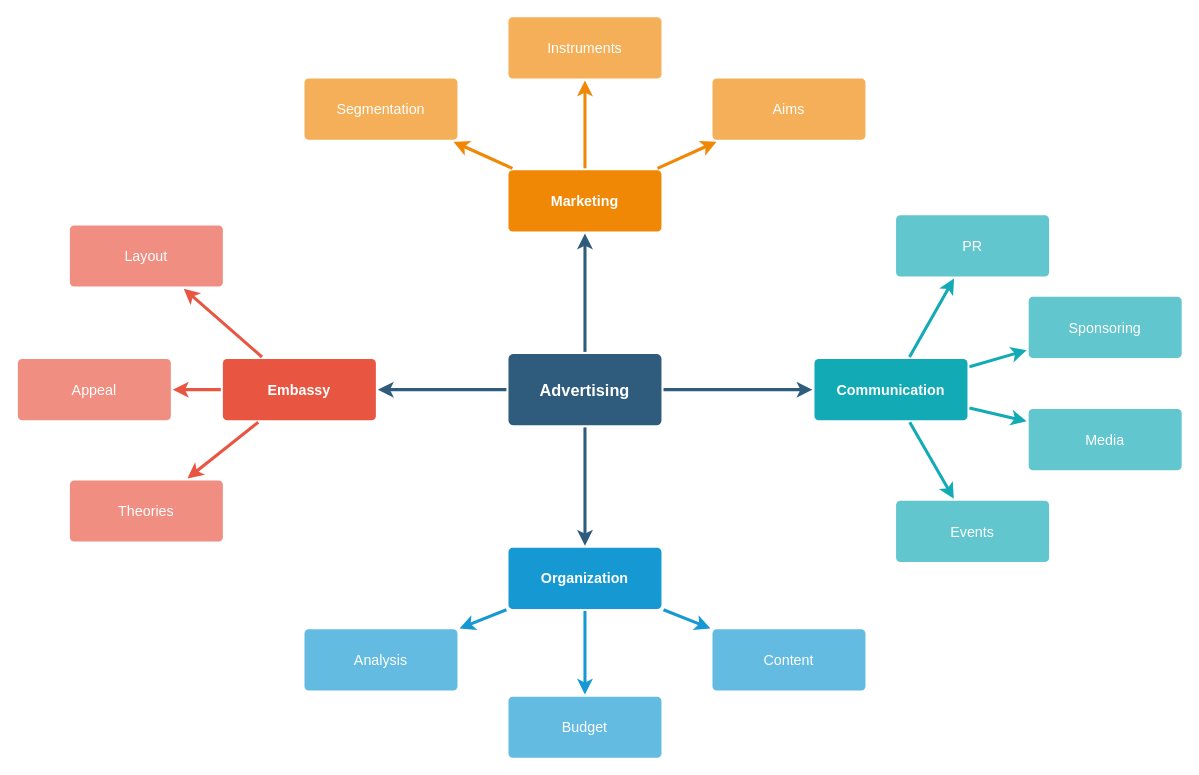
haihd/my-diagrams keeps this draw.io diagram as Skill set.drawio. Above is the earlier version. Source tidied: cells renumbered, new cells numbered last; positions are measured from the earlier drawing's top-left corner, leaving out a move shared by most shapes. Both pictures are drawn from the tidied source at 102%, with x=0, y=0 at pixel (17, 16).
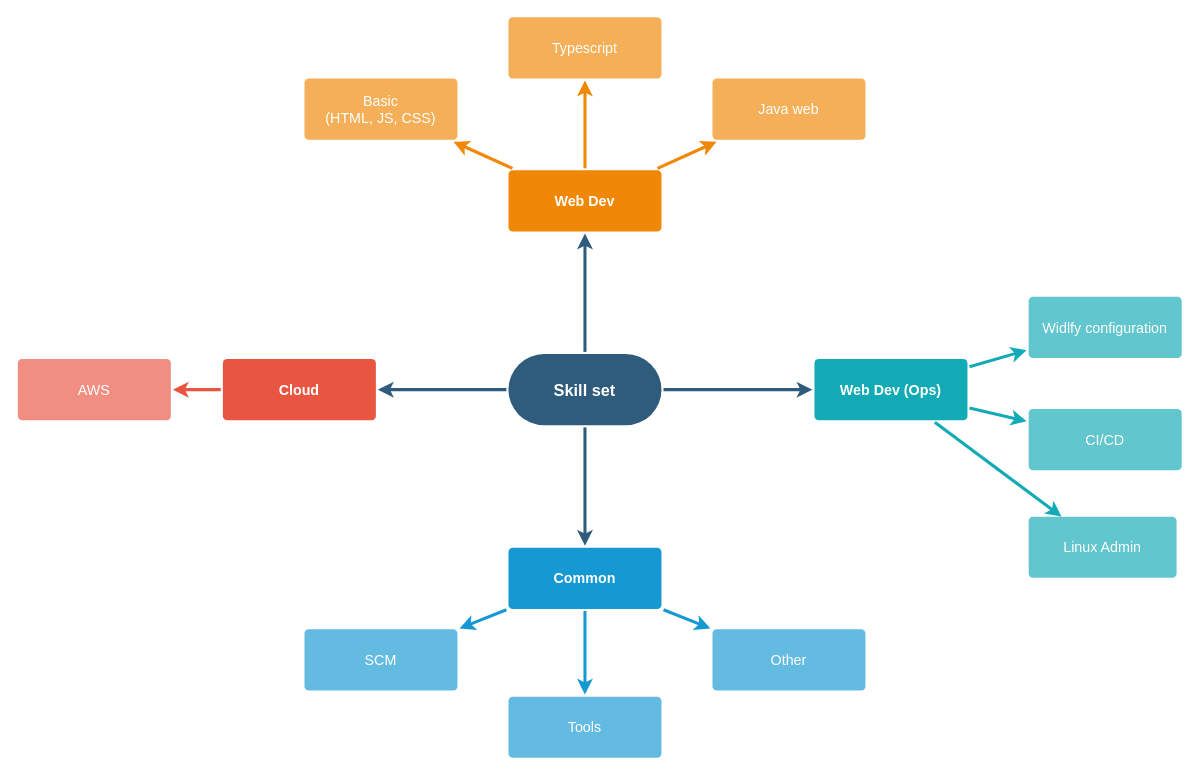
The same page after the edit.

What changed in the source:
```diff
@@
-    <mxCell id="6" value="Advertising" style="rounded=1;whiteSpace=wrap;html=1;shadow=0;labelBackgroundColor=none;strokeColor=none;strokeWidth=3;fillColor=#2F5B7C;fontFamily=Helvetica;fontSize=16;fontColor=#FFFFFF;align=center;fontStyle=1;spacing=5;arcSize=7;perimeterSpacing=2;" parent="1" vertex="1">
+    <mxCell id="6" value="Skill set" style="rounded=1;whiteSpace=wrap;html=1;shadow=0;labelBackgroundColor=none;strokeColor=none;strokeWidth=3;fillColor=#2F5B7C;fontFamily=Helvetica;fontSize=16;fontColor=#FFFFFF;align=center;fontStyle=1;spacing=5;arcSize=50;perimeterSpacing=2;" parent="1" vertex="1">
       <mxGeometry x="481" y="330.5" width="150" height="70" as="geometry" />
     </mxCell>
-    <mxCell id="7" style="edgeStyle=none;rounded=1;jumpStyle=none;html=1;shadow=0;labelBackgroundColor=none;startArrow=none;startFill=0;jettySize=auto;strokeColor=#E85642;strokeWidth=3;fontFamily=Helvetica;fontSize=14;fontColor=#FFFFFF;spacing=5;fontStyle=1;fillColor=#b0e3e6;" parent="1" edge="1" source="10" target="13">
-      <mxGeometry relative="1" as="geometry" />
-    </mxCell>
@@
-    <mxCell id="9" style="edgeStyle=none;rounded=1;jumpStyle=none;html=1;shadow=0;labelBackgroundColor=none;startArrow=none;startFill=0;jettySize=auto;strokeColor=#E85642;strokeWidth=3;fontFamily=Helvetica;fontSize=14;fontColor=#FFFFFF;spacing=5;fontStyle=1;fillColor=#b0e3e6;" parent="1" edge="1" source="10" target="11">
-      <mxGeometry relative="1" as="geometry" />
-    </mxCell>
-    <mxCell id="10" value="Embassy" style="rounded=1;whiteSpace=wrap;html=1;shadow=0;labelBackgroundColor=none;strokeColor=none;strokeWidth=3;fillColor=#e85642;fontFamily=Helvetica;fontSize=14;fontColor=#FFFFFF;align=center;spacing=5;fontStyle=1;arcSize=7;perimeterSpacing=2;" parent="1" vertex="1">
+    <mxCell id="10" value="Cloud" style="rounded=1;whiteSpace=wrap;html=1;shadow=0;labelBackgroundColor=none;strokeColor=none;strokeWidth=3;fillColor=#e85642;fontFamily=Helvetica;fontSize=14;fontColor=#FFFFFF;align=center;spacing=5;fontStyle=1;arcSize=7;perimeterSpacing=2;" parent="1" vertex="1">
       <mxGeometry x="201" y="335.5" width="150" height="60" as="geometry" />
     </mxCell>
-    <mxCell id="11" value="Theories" style="rounded=1;whiteSpace=wrap;html=1;shadow=0;labelBackgroundColor=none;strokeColor=none;strokeWidth=3;fillColor=#f08e81;fontFamily=Helvetica;fontSize=14;fontColor=#FFFFFF;align=center;spacing=5;fontStyle=0;arcSize=7;perimeterSpacing=2;" parent="1" vertex="1">
-      <mxGeometry x="51" y="454.5" width="150" height="60" as="geometry" />
-    </mxCell>
-    <mxCell id="12" value="Appeal" style="rounded=1;whiteSpace=wrap;html=1;shadow=0;labelBackgroundColor=none;strokeColor=none;strokeWidth=3;fillColor=#f08e81;fontFamily=Helvetica;fontSize=14;fontColor=#FFFFFF;align=center;spacing=5;fontStyle=0;arcSize=7;perimeterSpacing=2;" parent="1" vertex="1">
+    <mxCell id="12" value="AWS" style="rounded=1;whiteSpace=wrap;html=1;shadow=0;labelBackgroundColor=none;strokeColor=none;strokeWidth=3;fillColor=#f08e81;fontFamily=Helvetica;fontSize=14;fontColor=#FFFFFF;align=center;spacing=5;fontStyle=0;arcSize=7;perimeterSpacing=2;" parent="1" vertex="1">
       <mxGeometry y="335.5" width="150" height="60" as="geometry" />
     </mxCell>
-    <mxCell id="13" value="Layout" style="rounded=1;whiteSpace=wrap;html=1;shadow=0;labelBackgroundColor=none;strokeColor=none;strokeWidth=3;fillColor=#f08e81;fontFamily=Helvetica;fontSize=14;fontColor=#FFFFFF;align=center;spacing=5;fontStyle=0;arcSize=7;perimeterSpacing=2;" parent="1" vertex="1">
-      <mxGeometry x="51" y="204.5" width="150" height="60" as="geometry" />
-    </mxCell>
@@
-    <mxCell id="17" value="Organization" style="rounded=1;whiteSpace=wrap;html=1;shadow=0;labelBackgroundColor=none;strokeColor=none;strokeWidth=3;fillColor=#1699d3;fontFamily=Helvetica;fontSize=14;fontColor=#FFFFFF;align=center;spacing=5;fontStyle=1;arcSize=7;perimeterSpacing=2;" parent="1" vertex="1">
+    <mxCell id="17" value="Common" style="rounded=1;whiteSpace=wrap;html=1;shadow=0;labelBackgroundColor=none;strokeColor=none;strokeWidth=3;fillColor=#1699d3;fontFamily=Helvetica;fontSize=14;fontColor=#FFFFFF;align=center;spacing=5;fontStyle=1;arcSize=7;perimeterSpacing=2;" parent="1" vertex="1">
       <mxGeometry x="481" y="520.5" width="150" height="60" as="geometry" />
     </mxCell>
-    <mxCell id="18" value="Content" style="rounded=1;whiteSpace=wrap;html=1;shadow=0;labelBackgroundColor=none;strokeColor=none;strokeWidth=3;fillColor=#64bbe2;fontFamily=Helvetica;fontSize=14;fontColor=#FFFFFF;align=center;spacing=5;arcSize=7;perimeterSpacing=2;" parent="1" vertex="1">
+    <mxCell id="18" value="Other" style="rounded=1;whiteSpace=wrap;html=1;shadow=0;labelBackgroundColor=none;strokeColor=none;strokeWidth=3;fillColor=#64bbe2;fontFamily=Helvetica;fontSize=14;fontColor=#FFFFFF;align=center;spacing=5;arcSize=7;perimeterSpacing=2;" parent="1" vertex="1">
       <mxGeometry x="681" y="600.5" width="150" height="60" as="geometry" />
     </mxCell>
-    <mxCell id="19" value="Budget" style="rounded=1;whiteSpace=wrap;html=1;shadow=0;labelBackgroundColor=none;strokeColor=none;strokeWidth=3;fillColor=#64bbe2;fontFamily=Helvetica;fontSize=14;fontColor=#FFFFFF;align=center;spacing=5;arcSize=7;perimeterSpacing=2;" parent="1" vertex="1">
+    <mxCell id="19" value="Tools" style="rounded=1;whiteSpace=wrap;html=1;shadow=0;labelBackgroundColor=none;strokeColor=none;strokeWidth=3;fillColor=#64bbe2;fontFamily=Helvetica;fontSize=14;fontColor=#FFFFFF;align=center;spacing=5;arcSize=7;perimeterSpacing=2;" parent="1" vertex="1">
       <mxGeometry x="481" y="666.5" width="150" height="60" as="geometry" />
     </mxCell>
-    <mxCell id="20" value="Analysis" style="rounded=1;whiteSpace=wrap;html=1;shadow=0;labelBackgroundColor=none;strokeColor=none;strokeWidth=3;fillColor=#64bbe2;fontFamily=Helvetica;fontSize=14;fontColor=#FFFFFF;align=center;spacing=5;arcSize=7;perimeterSpacing=2;" parent="1" vertex="1">
+    <mxCell id="20" value="SCM" style="rounded=1;whiteSpace=wrap;html=1;shadow=0;labelBackgroundColor=none;strokeColor=none;strokeWidth=3;fillColor=#64bbe2;fontFamily=Helvetica;fontSize=14;fontColor=#FFFFFF;align=center;spacing=5;arcSize=7;perimeterSpacing=2;" parent="1" vertex="1">
       <mxGeometry x="281" y="600.5" width="150" height="60" as="geometry" />
     </mxCell>
-    <mxCell id="21" value="Marketing" style="rounded=1;whiteSpace=wrap;html=1;shadow=0;labelBackgroundColor=none;strokeColor=none;strokeWidth=3;fillColor=#F08705;fontFamily=Helvetica;fontSize=14;fontColor=#FFFFFF;align=center;spacing=5;fontStyle=1;arcSize=7;perimeterSpacing=2;" parent="1" vertex="1">
+    <mxCell id="21" value="Web Dev" style="rounded=1;whiteSpace=wrap;html=1;shadow=0;labelBackgroundColor=none;strokeColor=none;strokeWidth=3;fillColor=#F08705;fontFamily=Helvetica;fontSize=14;fontColor=#FFFFFF;align=center;spacing=5;fontStyle=1;arcSize=7;perimeterSpacing=2;" parent="1" vertex="1">
       <mxGeometry x="481" y="150.5" width="150" height="60" as="geometry" />
     </mxCell>
-    <mxCell id="22" value="Aims&lt;br&gt;" style="rounded=1;whiteSpace=wrap;html=1;shadow=0;labelBackgroundColor=none;strokeColor=none;strokeWidth=3;fillColor=#f5af58;fontFamily=Helvetica;fontSize=14;fontColor=#FFFFFF;align=center;spacing=5;arcSize=7;perimeterSpacing=2;" parent="1" vertex="1">
+    <mxCell id="22" value="Java web" style="rounded=1;whiteSpace=wrap;html=1;shadow=0;labelBackgroundColor=none;strokeColor=none;strokeWidth=3;fillColor=#f5af58;fontFamily=Helvetica;fontSize=14;fontColor=#FFFFFF;align=center;spacing=5;arcSize=7;perimeterSpacing=2;" parent="1" vertex="1">
       <mxGeometry x="681" y="60.5" width="150" height="60" as="geometry" />
     </mxCell>
@@
-    <mxCell id="24" value="Instruments" style="rounded=1;whiteSpace=wrap;html=1;shadow=0;labelBackgroundColor=none;strokeColor=none;strokeWidth=3;fillColor=#f5af58;fontFamily=Helvetica;fontSize=14;fontColor=#FFFFFF;align=center;spacing=5;arcSize=7;perimeterSpacing=2;" parent="1" vertex="1">
+    <mxCell id="24" value="Typescript" style="rounded=1;whiteSpace=wrap;html=1;shadow=0;labelBackgroundColor=none;strokeColor=none;strokeWidth=3;fillColor=#f5af58;fontFamily=Helvetica;fontSize=14;fontColor=#FFFFFF;align=center;spacing=5;arcSize=7;perimeterSpacing=2;" parent="1" vertex="1">
       <mxGeometry x="481" y="0.5" width="150" height="60" as="geometry" />
     </mxCell>
@@
-    <mxCell id="26" value="Segmentation" style="rounded=1;whiteSpace=wrap;html=1;shadow=0;labelBackgroundColor=none;strokeColor=none;strokeWidth=3;fillColor=#f5af58;fontFamily=Helvetica;fontSize=14;fontColor=#FFFFFF;align=center;spacing=5;arcSize=7;perimeterSpacing=2;" parent="1" vertex="1">
+    <mxCell id="26" value="Basic&lt;br&gt;(HTML, JS, CSS)" style="rounded=1;whiteSpace=wrap;html=1;shadow=0;labelBackgroundColor=none;strokeColor=none;strokeWidth=3;fillColor=#f5af58;fontFamily=Helvetica;fontSize=14;fontColor=#FFFFFF;align=center;spacing=5;arcSize=7;perimeterSpacing=2;" parent="1" vertex="1">
       <mxGeometry x="281" y="60.5" width="150" height="60" as="geometry" />
     </mxCell>
@@
-    <mxCell id="28" value="Communication" style="rounded=1;whiteSpace=wrap;html=1;shadow=0;labelBackgroundColor=none;strokeColor=none;strokeWidth=3;fillColor=#12aab5;fontFamily=Helvetica;fontSize=14;fontColor=#FFFFFF;align=center;spacing=5;fontStyle=1;arcSize=7;perimeterSpacing=2;" parent="1" vertex="1">
+    <mxCell id="28" value="Web Dev (Ops)" style="rounded=1;whiteSpace=wrap;html=1;shadow=0;labelBackgroundColor=none;strokeColor=none;strokeWidth=3;fillColor=#12aab5;fontFamily=Helvetica;fontSize=14;fontColor=#FFFFFF;align=center;spacing=5;fontStyle=1;arcSize=7;perimeterSpacing=2;" parent="1" vertex="1">
       <mxGeometry x="781" y="335.5" width="150" height="60" as="geometry" />
     </mxCell>
-    <mxCell id="29" value="Events" style="rounded=1;whiteSpace=wrap;html=1;shadow=0;labelBackgroundColor=none;strokeColor=none;strokeWidth=3;fillColor=#61c6ce;fontFamily=Helvetica;fontSize=14;fontColor=#FFFFFF;align=center;spacing=5;fontStyle=0;arcSize=7;perimeterSpacing=2;" parent="1" vertex="1">
-      <mxGeometry x="861" y="474.5" width="150" height="60" as="geometry" />
-    </mxCell>
-    <mxCell id="30" style="edgeStyle=none;rounded=1;jumpStyle=none;html=1;shadow=0;labelBackgroundColor=none;startArrow=none;startFill=0;jettySize=auto;strokeColor=#12AAB5;strokeWidth=3;fontFamily=Helvetica;fontSize=14;fontColor=#FFFFFF;spacing=5;fontStyle=1;fillColor=#b0e3e6;" parent="1" edge="1" source="28" target="29">
-      <mxGeometry relative="1" as="geometry" />
-    </mxCell>
-    <mxCell id="31" value="Media" style="rounded=1;whiteSpace=wrap;html=1;shadow=0;labelBackgroundColor=none;strokeColor=none;strokeWidth=3;fillColor=#61c6ce;fontFamily=Helvetica;fontSize=14;fontColor=#FFFFFF;align=center;spacing=5;fontStyle=0;arcSize=7;perimeterSpacing=2;" parent="1" vertex="1">
+    <mxCell id="31" value="CI/CD" style="rounded=1;whiteSpace=wrap;html=1;shadow=0;labelBackgroundColor=none;strokeColor=none;strokeWidth=3;fillColor=#61c6ce;fontFamily=Helvetica;fontSize=14;fontColor=#FFFFFF;align=center;spacing=5;fontStyle=0;arcSize=7;perimeterSpacing=2;" parent="1" vertex="1">
       <mxGeometry x="991" y="384.5" width="150" height="60" as="geometry" />
     </mxCell>
@@
-    <mxCell id="33" value="Sponsoring" style="rounded=1;whiteSpace=wrap;html=1;shadow=0;labelBackgroundColor=none;strokeColor=none;strokeWidth=3;fillColor=#61c6ce;fontFamily=Helvetica;fontSize=14;fontColor=#FFFFFF;align=center;spacing=5;fontStyle=0;arcSize=7;perimeterSpacing=2;" parent="1" vertex="1">
+    <mxCell id="33" value="Widlfy configuration" style="rounded=1;whiteSpace=wrap;html=1;shadow=0;labelBackgroundColor=none;strokeColor=none;strokeWidth=3;fillColor=#61c6ce;fontFamily=Helvetica;fontSize=14;fontColor=#FFFFFF;align=center;spacing=5;fontStyle=0;arcSize=7;perimeterSpacing=2;" parent="1" vertex="1">
       <mxGeometry x="991" y="274.5" width="150" height="60" as="geometry" />
     </mxCell>
@@
-    <mxCell id="35" value="PR" style="rounded=1;whiteSpace=wrap;html=1;shadow=0;labelBackgroundColor=none;strokeColor=none;strokeWidth=3;fillColor=#61c6ce;fontFamily=Helvetica;fontSize=14;fontColor=#FFFFFF;align=center;spacing=5;fontStyle=0;arcSize=7;perimeterSpacing=2;" parent="1" vertex="1">
-      <mxGeometry x="861" y="194.5" width="150" height="60" as="geometry" />
-    </mxCell>
-    <mxCell id="36" style="edgeStyle=none;rounded=1;jumpStyle=none;html=1;shadow=0;labelBackgroundColor=none;startArrow=none;startFill=0;jettySize=auto;strokeColor=#12AAB5;strokeWidth=3;fontFamily=Helvetica;fontSize=14;fontColor=#FFFFFF;spacing=5;fontStyle=1;fillColor=#b0e3e6;" parent="1" edge="1" source="28" target="35">
-      <mxGeometry relative="1" as="geometry" />
-    </mxCell>
+    <mxCell id="37" value="Linux Admin" style="whiteSpace=wrap;html=1;fontSize=14;fillColor=#61c6ce;strokeColor=none;fontColor=#FFFFFF;rounded=1;shadow=0;labelBackgroundColor=none;strokeWidth=3;spacing=5;fontStyle=0;arcSize=7;" parent="1" vertex="1">
+      <mxGeometry x="991" y="490" width="145" height="60" as="geometry" />
+    </mxCell>
+    <mxCell id="38" style="endArrow=classic;html=1;rounded=1;labelBackgroundColor=none;fontSize=14;strokeColor=#12AAB5;fontColor=#FFFFFF;shadow=0;startArrow=none;startFill=0;strokeWidth=3;spacing=5;fontStyle=1;fillColor=#b0e3e6;" parent="1" edge="1" source="28" target="37">
+      <mxGeometry relative="1" as="geometry" />
+    </mxCell>
```
